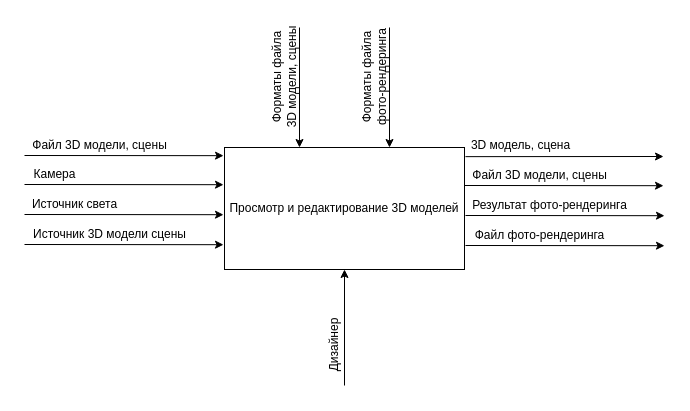
The draw.io diagram page "Уровень_0" (1 of 2) of module_2/IDEF0.drawio in SheinEA/gb_architect, before the edit. Source tidied: cells renumbered, new cells numbered last; positions are measured from the earlier drawing's top-left corner, leaving out a move shared by most shapes. Both pictures are drawn from the tidied source at 100%, with x=0, y=0 at pixel (24, 27).
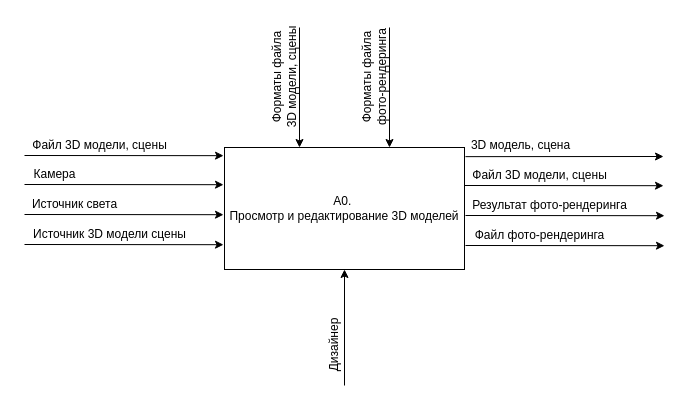
The same page after the edit.

The edit, as a diff of the source:
```diff
@@
-    <mxCell id="2" value="Просмотр и редактирование 3D моделей" style="rounded=0;whiteSpace=wrap;html=1;" parent="1" vertex="1">
+    <mxCell id="2" value="A0.&amp;nbsp;&lt;br&gt;Просмотр и редактирование 3D моделей" style="rounded=0;whiteSpace=wrap;html=1;" parent="1" vertex="1">
       <mxGeometry x="200" y="120" width="240" height="122" as="geometry" />
     </mxCell>
```
